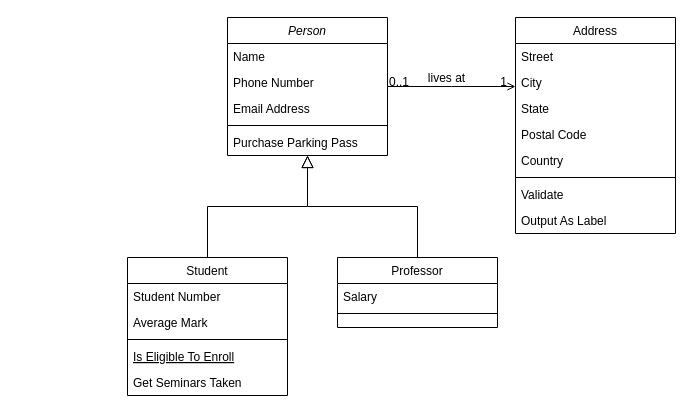
Earlier version of the draw.io diagram Diagramme sans nom.drawio (schefflo/PB3-lab8). Source tidied: cells renumbered, new cells numbered last; positions are measured from the earlier drawing's top-left corner, leaving out a move shared by most shapes. Both pictures are drawn from the tidied source at 100%, with x=0, y=0 at pixel (127, 17).
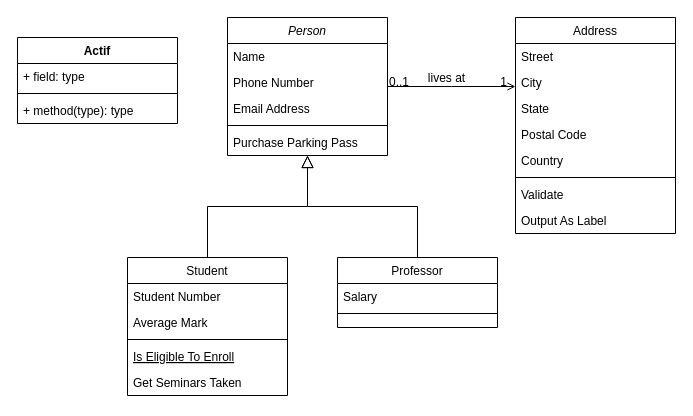
Above is the later version.

Commit message:
Mettre à jour Diagramme sans nom.drawio

The edit, as a diff of the source:
```diff
@@
+    <mxCell id="32" value="Actif" style="swimlane;fontStyle=1;align=center;verticalAlign=top;horizontal=1;startSize=26;whiteSpace=wrap;html=1;" parent="1" vertex="1">
+      <mxGeometry x="-110" y="20" width="160" height="86" as="geometry" />
+    </mxCell>
+    <mxCell id="33" value="+ field: type" style="text;strokeColor=none;fillColor=none;align=left;verticalAlign=top;spacingLeft=4;spacingRight=4;overflow=hidden;whiteSpace=wrap;html=1;" parent="32" vertex="1">
+      <mxGeometry y="26" width="160" height="26" as="geometry" />
+    </mxCell>
+    <mxCell id="34" style="line;strokeWidth=1;fillColor=none;align=left;verticalAlign=middle;spacingTop=-1;spacingLeft=3;spacingRight=3;labelPosition=right;strokeColor=inherit;" parent="32" vertex="1">
+      <mxGeometry y="52" width="160" height="8" as="geometry" />
+    </mxCell>
+    <mxCell id="35" value="+ method(type): type" style="text;strokeColor=none;fillColor=none;align=left;verticalAlign=top;spacingLeft=4;spacingRight=4;overflow=hidden;whiteSpace=wrap;html=1;" parent="32" vertex="1">
+      <mxGeometry y="60" width="160" height="26" as="geometry" />
+    </mxCell>
```
